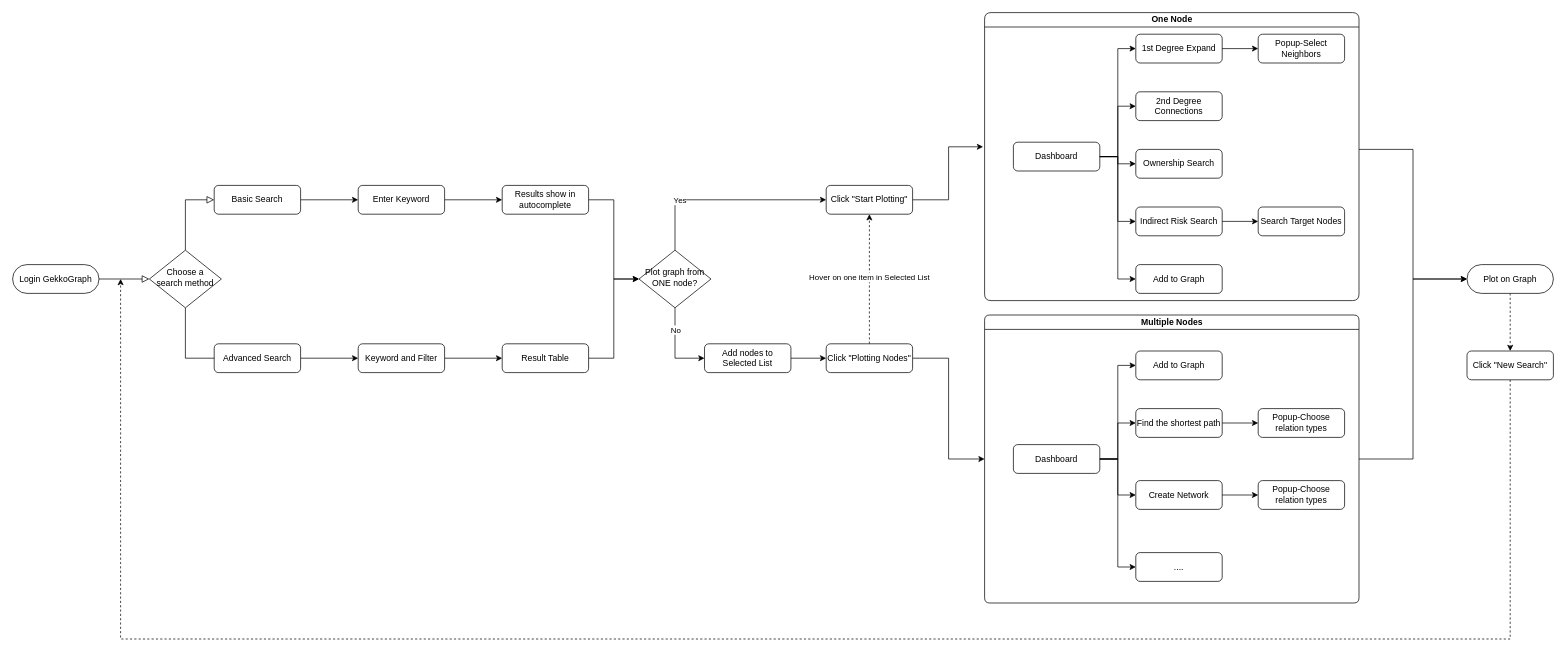
Above: Graph v2.9.drawio in wanzihuksy/wanzi-yo (draw.io), before the change. Source tidied: cells renumbered, new cells numbered last; positions are measured from the earlier drawing's top-left corner, leaving out a move shared by most shapes. Both pictures are drawn from the tidied source at 72%, with x=0, y=0 at pixel (12, 12).
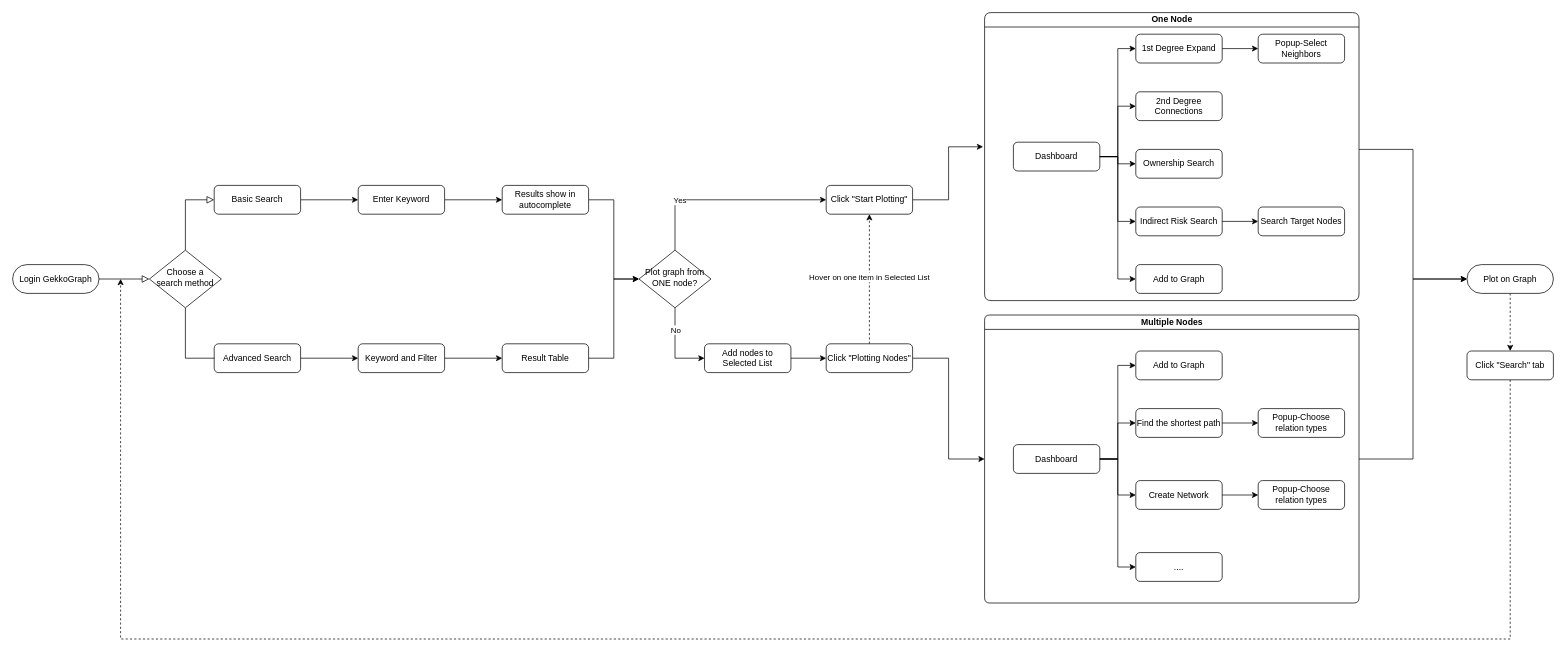
After the change.

Diff of the diagram source:
```diff
@@
-    <mxCell id="67" value="Click &quot;New Search&quot;" style="rounded=1;whiteSpace=wrap;html=1;fontSize=12;glass=0;strokeWidth=1;shadow=0;" parent="1" vertex="1">
+    <mxCell id="67" value="Click &quot;Search&quot; tab" style="rounded=1;whiteSpace=wrap;html=1;fontSize=12;glass=0;strokeWidth=1;shadow=0;" parent="1" vertex="1">
       <mxGeometry x="2020" y="470" width="120" height="40" as="geometry" />
     </mxCell>
```
